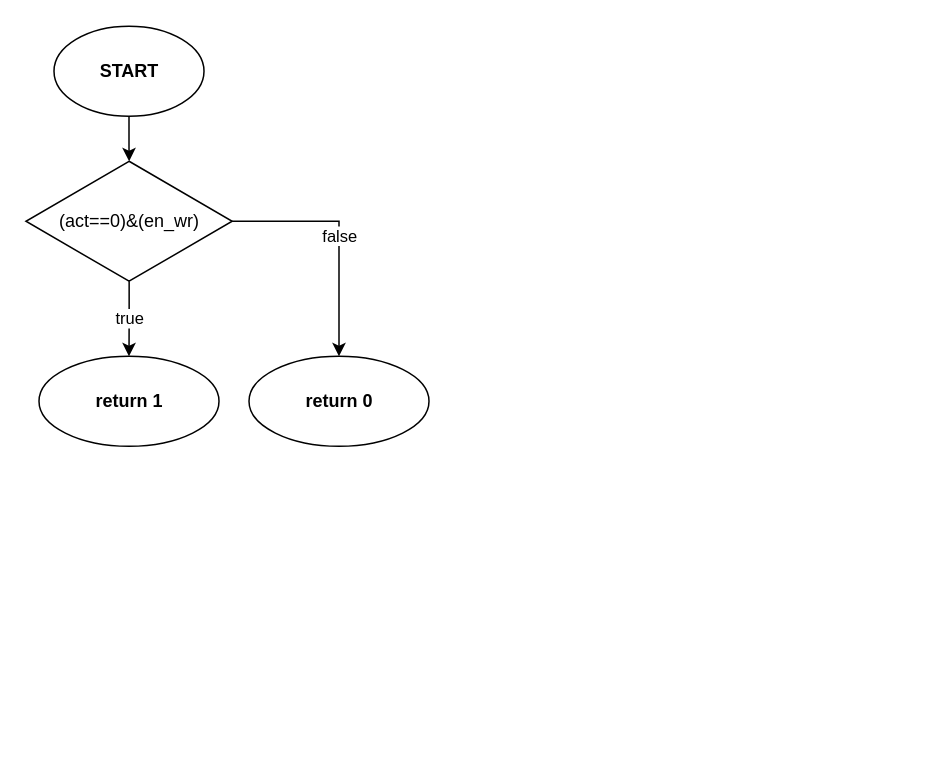
Before: page "Temp Flowchart" (7 of 7) of intelight.drawio in zulfikarna/intelight, a draw.io diagram. Source tidied: cells renumbered, new cells numbered last; positions are measured from the earlier drawing's top-left corner, leaving out a move shared by most shapes. Both pictures are drawn from the tidied source at 150%, with x=0, y=0 at pixel (26, 26).
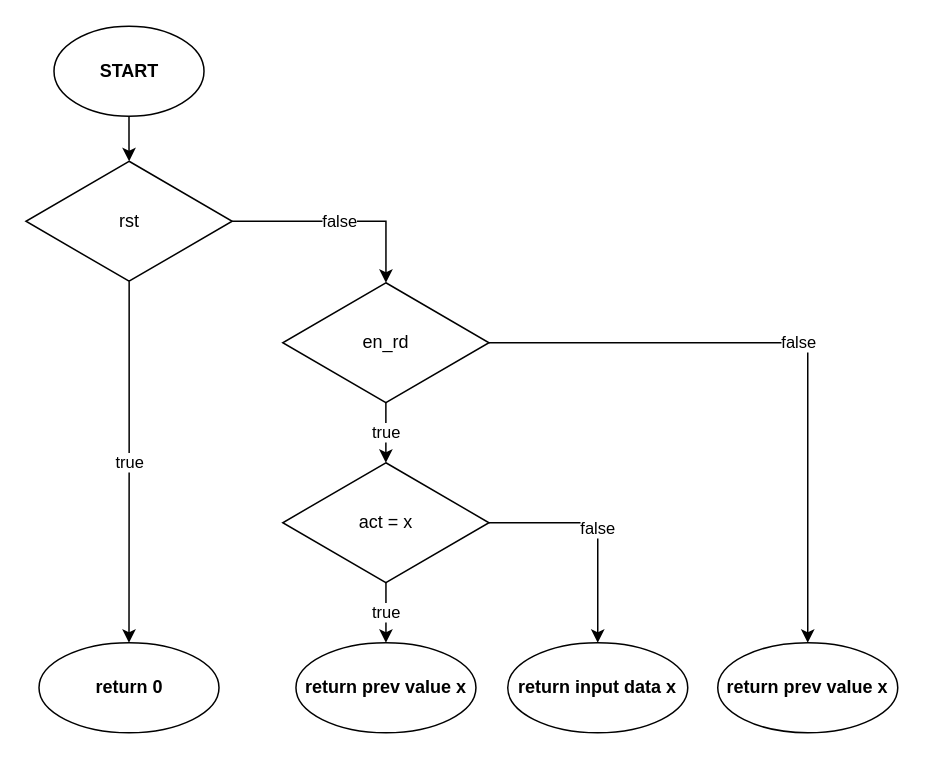
The same page after the edit.

What changed in the source:
```diff
@@
 <mxGraphModel>
   <root>
     <mxCell id="0" />
     <mxCell id="1" parent="0" />
     <mxCell id="2" value="&lt;b&gt;START&lt;/b&gt;" style="ellipse;whiteSpace=wrap;html=1;" parent="1" vertex="1">
       <mxGeometry x="18.5" width="100" height="60" as="geometry" />
     </mxCell>
     <mxCell id="3" style="edgeStyle=orthogonalEdgeStyle;rounded=0;jettySize=auto;html=1;exitX=0.5;exitY=1;exitDx=0;exitDy=0;" parent="1" edge="1" source="2" target="6">
       <mxGeometry relative="1" as="geometry" />
     </mxCell>
     <mxCell id="4" value="true" style="edgeStyle=orthogonalEdgeStyle;rounded=0;jettySize=auto;html=1;" parent="1" edge="1" source="6" target="7">
       <mxGeometry relative="1" as="geometry" />
     </mxCell>
-    <mxCell id="5" value="false" style="edgeStyle=orthogonalEdgeStyle;rounded=0;jettySize=auto;html=1;" parent="1" edge="1" source="6" target="8">
-      <mxGeometry relative="1" as="geometry" />
-    </mxCell>
+    <mxCell id="9" value="false" style="edgeStyle=orthogonalEdgeStyle;rounded=0;jettySize=auto;html=1;" parent="1" edge="1" source="6" target="12">
+      <mxGeometry relative="1" as="geometry" />
+    </mxCell>
-    <mxCell id="6" value="(act==0)&amp;amp;(en_wr)" style="rhombus;whiteSpace=wrap;html=1;" parent="1" vertex="1">
+    <mxCell id="6" value="rst" style="rhombus;whiteSpace=wrap;html=1;" parent="1" vertex="1">
       <mxGeometry x="-0.2" y="90" width="137.5" height="80" as="geometry" />
     </mxCell>
-    <mxCell id="7" value="&lt;b&gt;return 1&lt;/b&gt;" style="ellipse;whiteSpace=wrap;html=1;" parent="1" vertex="1">
-      <mxGeometry x="8.5" y="220" width="120" height="60" as="geometry" />
+    <mxCell id="7" value="&lt;b&gt;return 0&lt;/b&gt;" style="ellipse;whiteSpace=wrap;html=1;" parent="1" vertex="1">
+      <mxGeometry x="8.5" y="411" width="120" height="60" as="geometry" />
     </mxCell>
-    <mxCell id="8" value="&lt;b&gt;return 0&lt;/b&gt;" style="ellipse;whiteSpace=wrap;html=1;" parent="1" vertex="1">
-      <mxGeometry x="148.5" y="220" width="120" height="60" as="geometry" />
-    </mxCell>
+    <mxCell id="10" value="true" style="edgeStyle=orthogonalEdgeStyle;rounded=0;jettySize=auto;html=1;" parent="1" edge="1" source="12" target="15">
+      <mxGeometry relative="1" as="geometry" />
+    </mxCell>
+    <mxCell id="11" value="false" style="edgeStyle=orthogonalEdgeStyle;rounded=0;jettySize=auto;html=1;" parent="1" edge="1" source="12" target="18">
+      <mxGeometry relative="1" as="geometry" />
+    </mxCell>
+    <mxCell id="12" value="en_rd" style="rhombus;whiteSpace=wrap;html=1;" parent="1" vertex="1">
+      <mxGeometry x="171" y="171" width="137.5" height="80" as="geometry" />
+    </mxCell>
+    <mxCell id="13" value="true" style="edgeStyle=orthogonalEdgeStyle;rounded=0;jettySize=auto;html=1;" parent="1" edge="1" source="15" target="16">
+      <mxGeometry relative="1" as="geometry" />
+    </mxCell>
+    <mxCell id="14" value="false" style="edgeStyle=orthogonalEdgeStyle;rounded=0;jettySize=auto;html=1;" parent="1" edge="1" source="15" target="17">
+      <mxGeometry relative="1" as="geometry" />
+    </mxCell>
+    <mxCell id="15" value="act = x" style="rhombus;whiteSpace=wrap;html=1;" parent="1" vertex="1">
+      <mxGeometry x="171" y="291" width="137.5" height="80" as="geometry" />
+    </mxCell>
+    <mxCell id="16" value="&lt;b&gt;return prev value x&lt;/b&gt;" style="ellipse;whiteSpace=wrap;html=1;" parent="1" vertex="1">
+      <mxGeometry x="179.8" y="411" width="120" height="60" as="geometry" />
+    </mxCell>
+    <mxCell id="17" value="&lt;b&gt;return input data x&lt;/b&gt;" style="ellipse;whiteSpace=wrap;html=1;" parent="1" vertex="1">
+      <mxGeometry x="321" y="411" width="120" height="60" as="geometry" />
+    </mxCell>
+    <mxCell id="18" value="&lt;b&gt;return prev value x&lt;/b&gt;" style="ellipse;whiteSpace=wrap;html=1;" parent="1" vertex="1">
+      <mxGeometry x="461" y="411" width="120" height="60" as="geometry" />
+    </mxCell>
   </root>
 </mxGraphModel>
```
